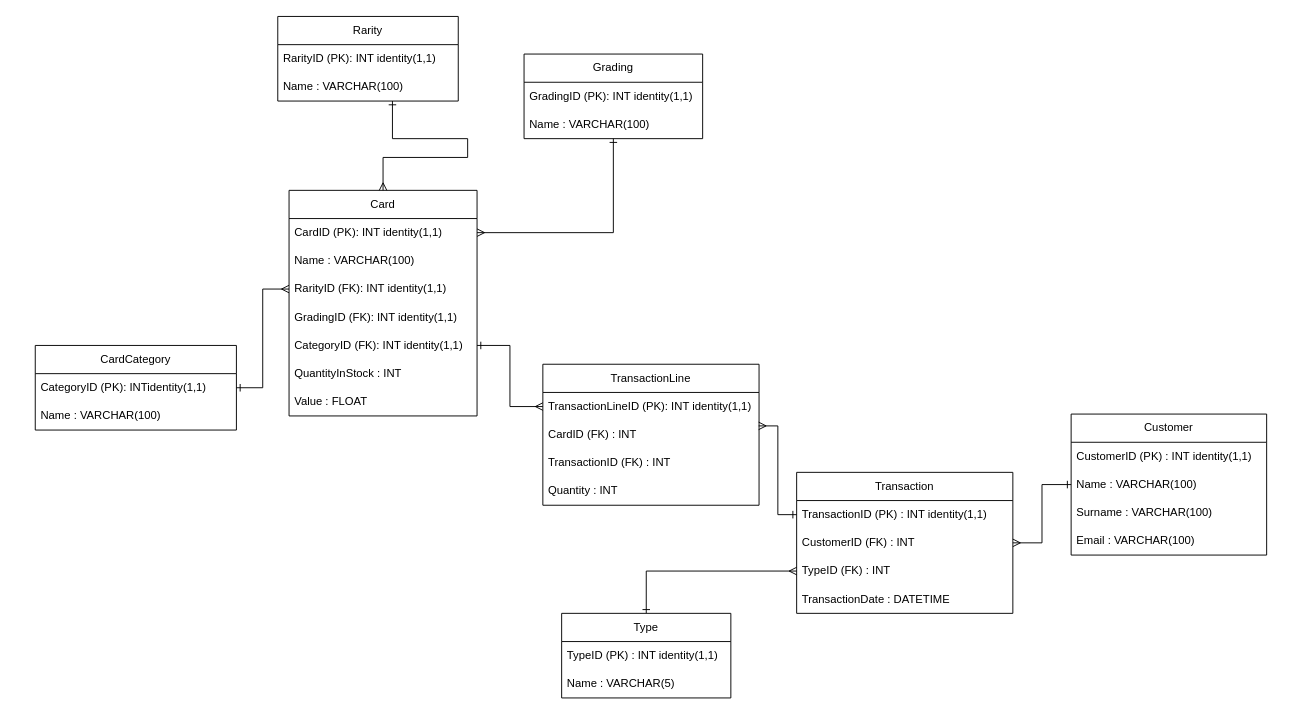
The draw.io diagram Documentation/LevelUp1LogicalERD.drawio in bbd-grad-levelups/Fantasy-Trading-Card-Database, before the edit. Source tidied: cells renumbered, new cells numbered last; positions are measured from the earlier drawing's top-left corner, leaving out a move shared by most shapes. Both pictures are drawn from the tidied source at 94%, with x=0, y=0 at pixel (35, 16).
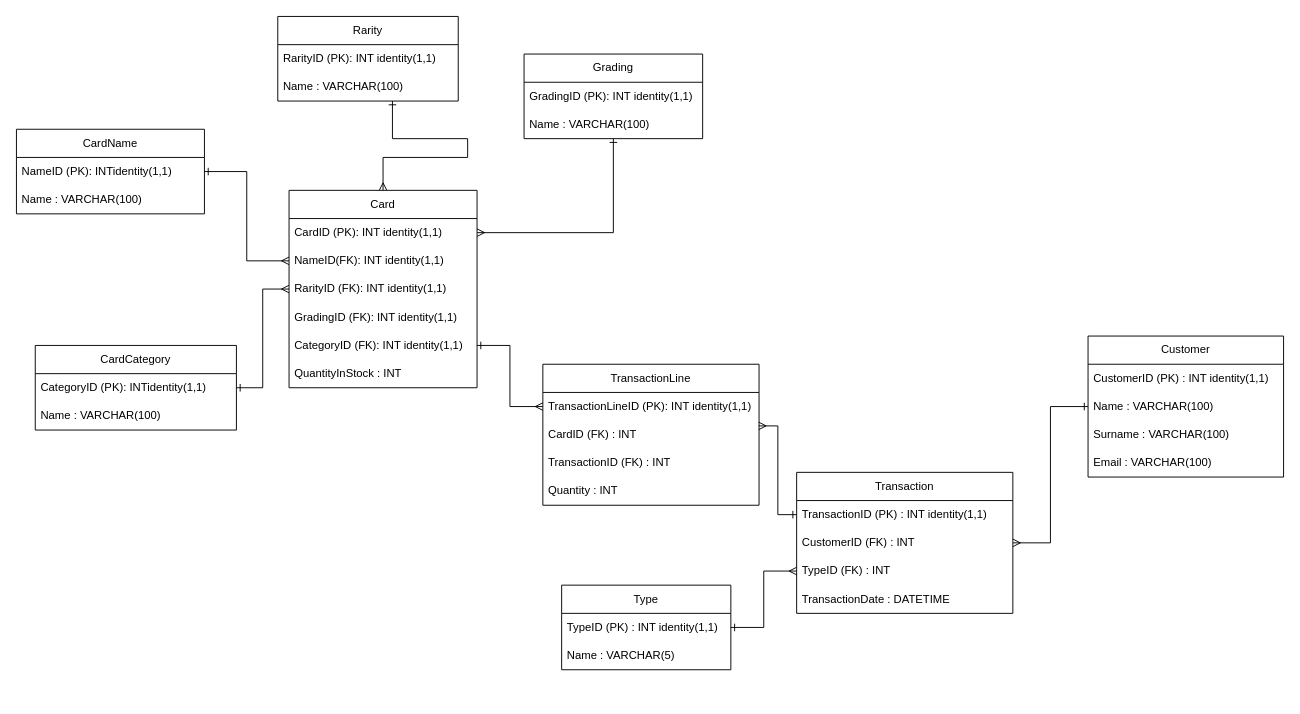
The same diagram, later.

What changed in the source:
```diff
@@
     <mxCell id="5" value="Card" style="swimlane;fontStyle=0;horizontal=1;startSize=30;whiteSpace=wrap;html=1;" parent="1" vertex="1">
-      <mxGeometry x="270" y="185" width="200" height="240" as="geometry" />
+      <mxGeometry x="270" y="185" width="200" height="210" as="geometry" />
     </mxCell>
@@
-    <mxCell id="7" value="Name : VARCHAR(100)" style="text;strokeColor=none;fillColor=none;align=left;verticalAlign=middle;spacingLeft=4;spacingRight=4;overflow=hidden;whiteSpace=wrap;html=1;" parent="5" vertex="1">
-      <mxGeometry y="60" width="200" height="30" as="geometry" />
-    </mxCell>
+    <mxCell id="44" value="NameID(FK): INT identity(1,1)" style="text;strokeColor=none;fillColor=none;align=left;verticalAlign=middle;spacingLeft=4;spacingRight=4;overflow=hidden;points=[[0,0.5],[1,0.5]];portConstraint=eastwest;whiteSpace=wrap;html=1;" parent="5" vertex="1">
+      <mxGeometry y="60" width="200" height="30" as="geometry" />
+    </mxCell>
@@
-    <mxCell id="12" value="Value : FLOAT" style="text;strokeColor=none;fillColor=none;align=left;verticalAlign=middle;spacingLeft=4;spacingRight=4;overflow=hidden;whiteSpace=wrap;html=1;" parent="5" vertex="1">
-      <mxGeometry y="210" width="200" height="30" as="geometry" />
-    </mxCell>
@@
     <mxCell id="27" value="Customer" style="swimlane;fontStyle=0;horizontal=1;startSize=30;whiteSpace=wrap;html=1;" parent="1" vertex="1">
-      <mxGeometry x="1102" y="423" width="208" height="150" as="geometry" />
+      <mxGeometry x="1120" y="340" width="208" height="150" as="geometry" />
     </mxCell>
@@
     <mxCell id="34" value="Type" style="swimlane;fontStyle=0;horizontal=1;startSize=30;whiteSpace=wrap;html=1;" parent="1" vertex="1">
-      <mxGeometry x="560" y="635" width="180" height="90" as="geometry" />
+      <mxGeometry x="560" y="605" width="180" height="90" as="geometry" />
     </mxCell>
@@
+    <mxCell id="45" value="CardName" style="swimlane;fontStyle=0;horizontal=1;startSize=30;whiteSpace=wrap;html=1;" parent="1" vertex="1">
+      <mxGeometry x="-20" y="120" width="200" height="90" as="geometry" />
+    </mxCell>
+    <mxCell id="46" value="NameID (PK): INTidentity(1,1)" style="text;strokeColor=none;fillColor=none;align=left;verticalAlign=middle;spacingLeft=4;spacingRight=4;overflow=hidden;points=[[0,0.5],[1,0.5]];portConstraint=eastwest;whiteSpace=wrap;html=1;" parent="45" vertex="1">
+      <mxGeometry y="30" width="200" height="30" as="geometry" />
+    </mxCell>
+    <mxCell id="7" value="Name : VARCHAR(100)" style="text;strokeColor=none;fillColor=none;align=left;verticalAlign=middle;spacingLeft=4;spacingRight=4;overflow=hidden;whiteSpace=wrap;html=1;" parent="45" vertex="1">
+      <mxGeometry y="60" width="200" height="30" as="geometry" />
+    </mxCell>
+    <mxCell id="47" style="edgeStyle=orthogonalEdgeStyle;rounded=0;jettySize=auto;html=1;entryX=0;entryY=0.5;entryDx=0;entryDy=0;endArrow=ERmany;endFill=0;startArrow=ERone;startFill=0;" parent="1" edge="1" source="46" target="44">
+      <mxGeometry relative="1" as="geometry" />
+    </mxCell>
```
